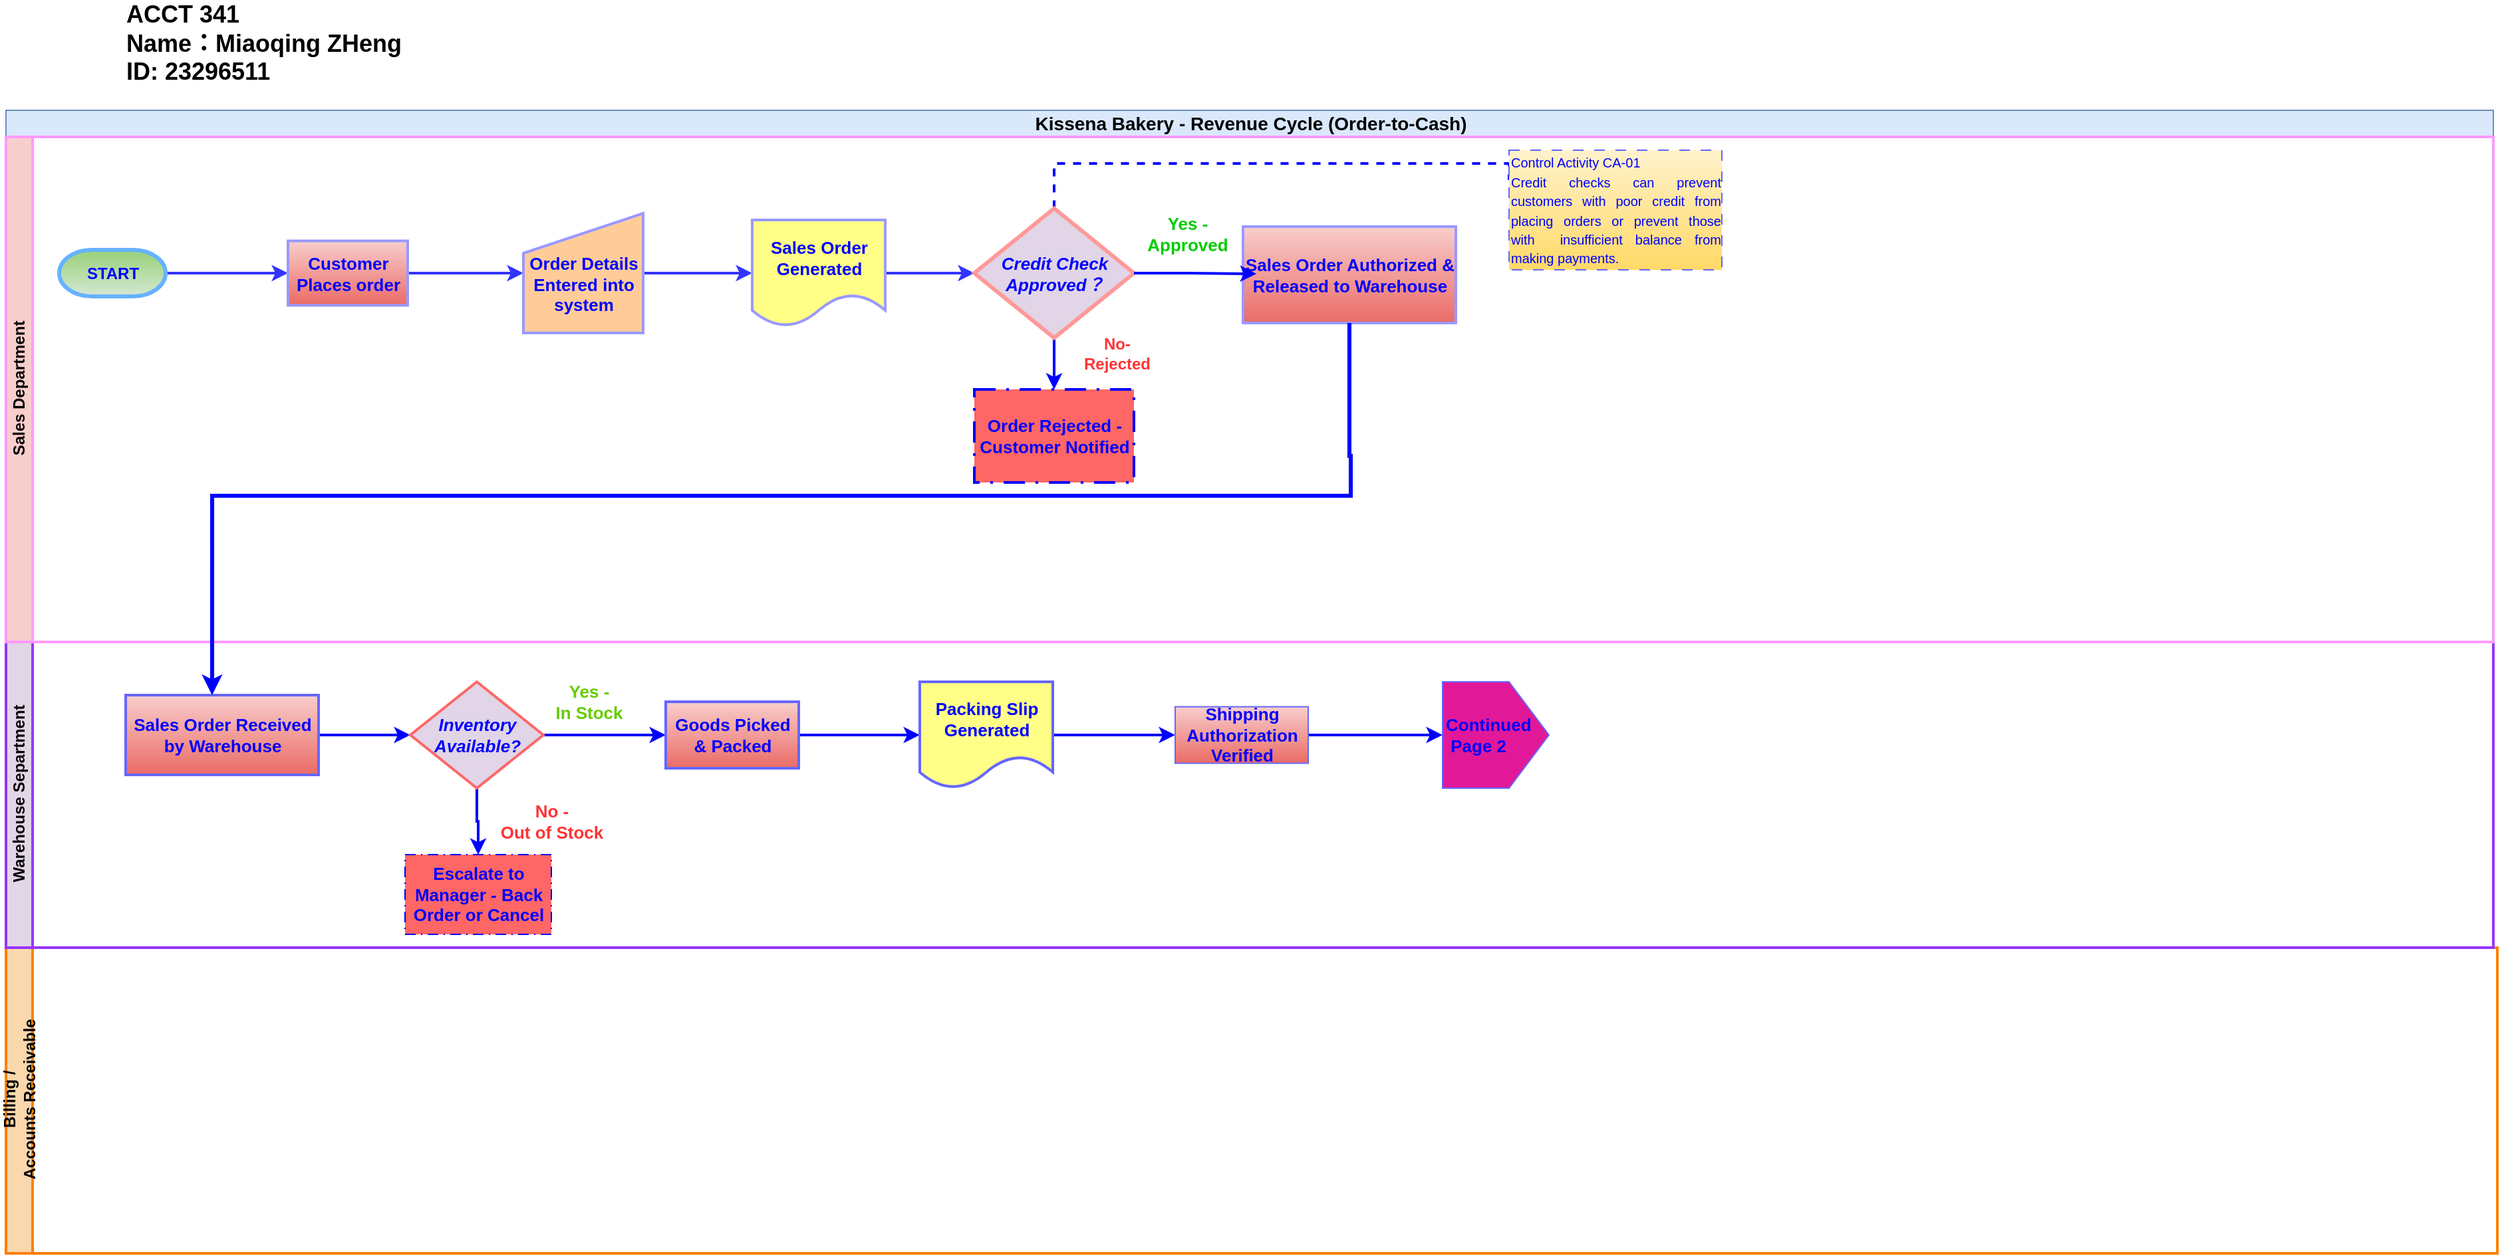
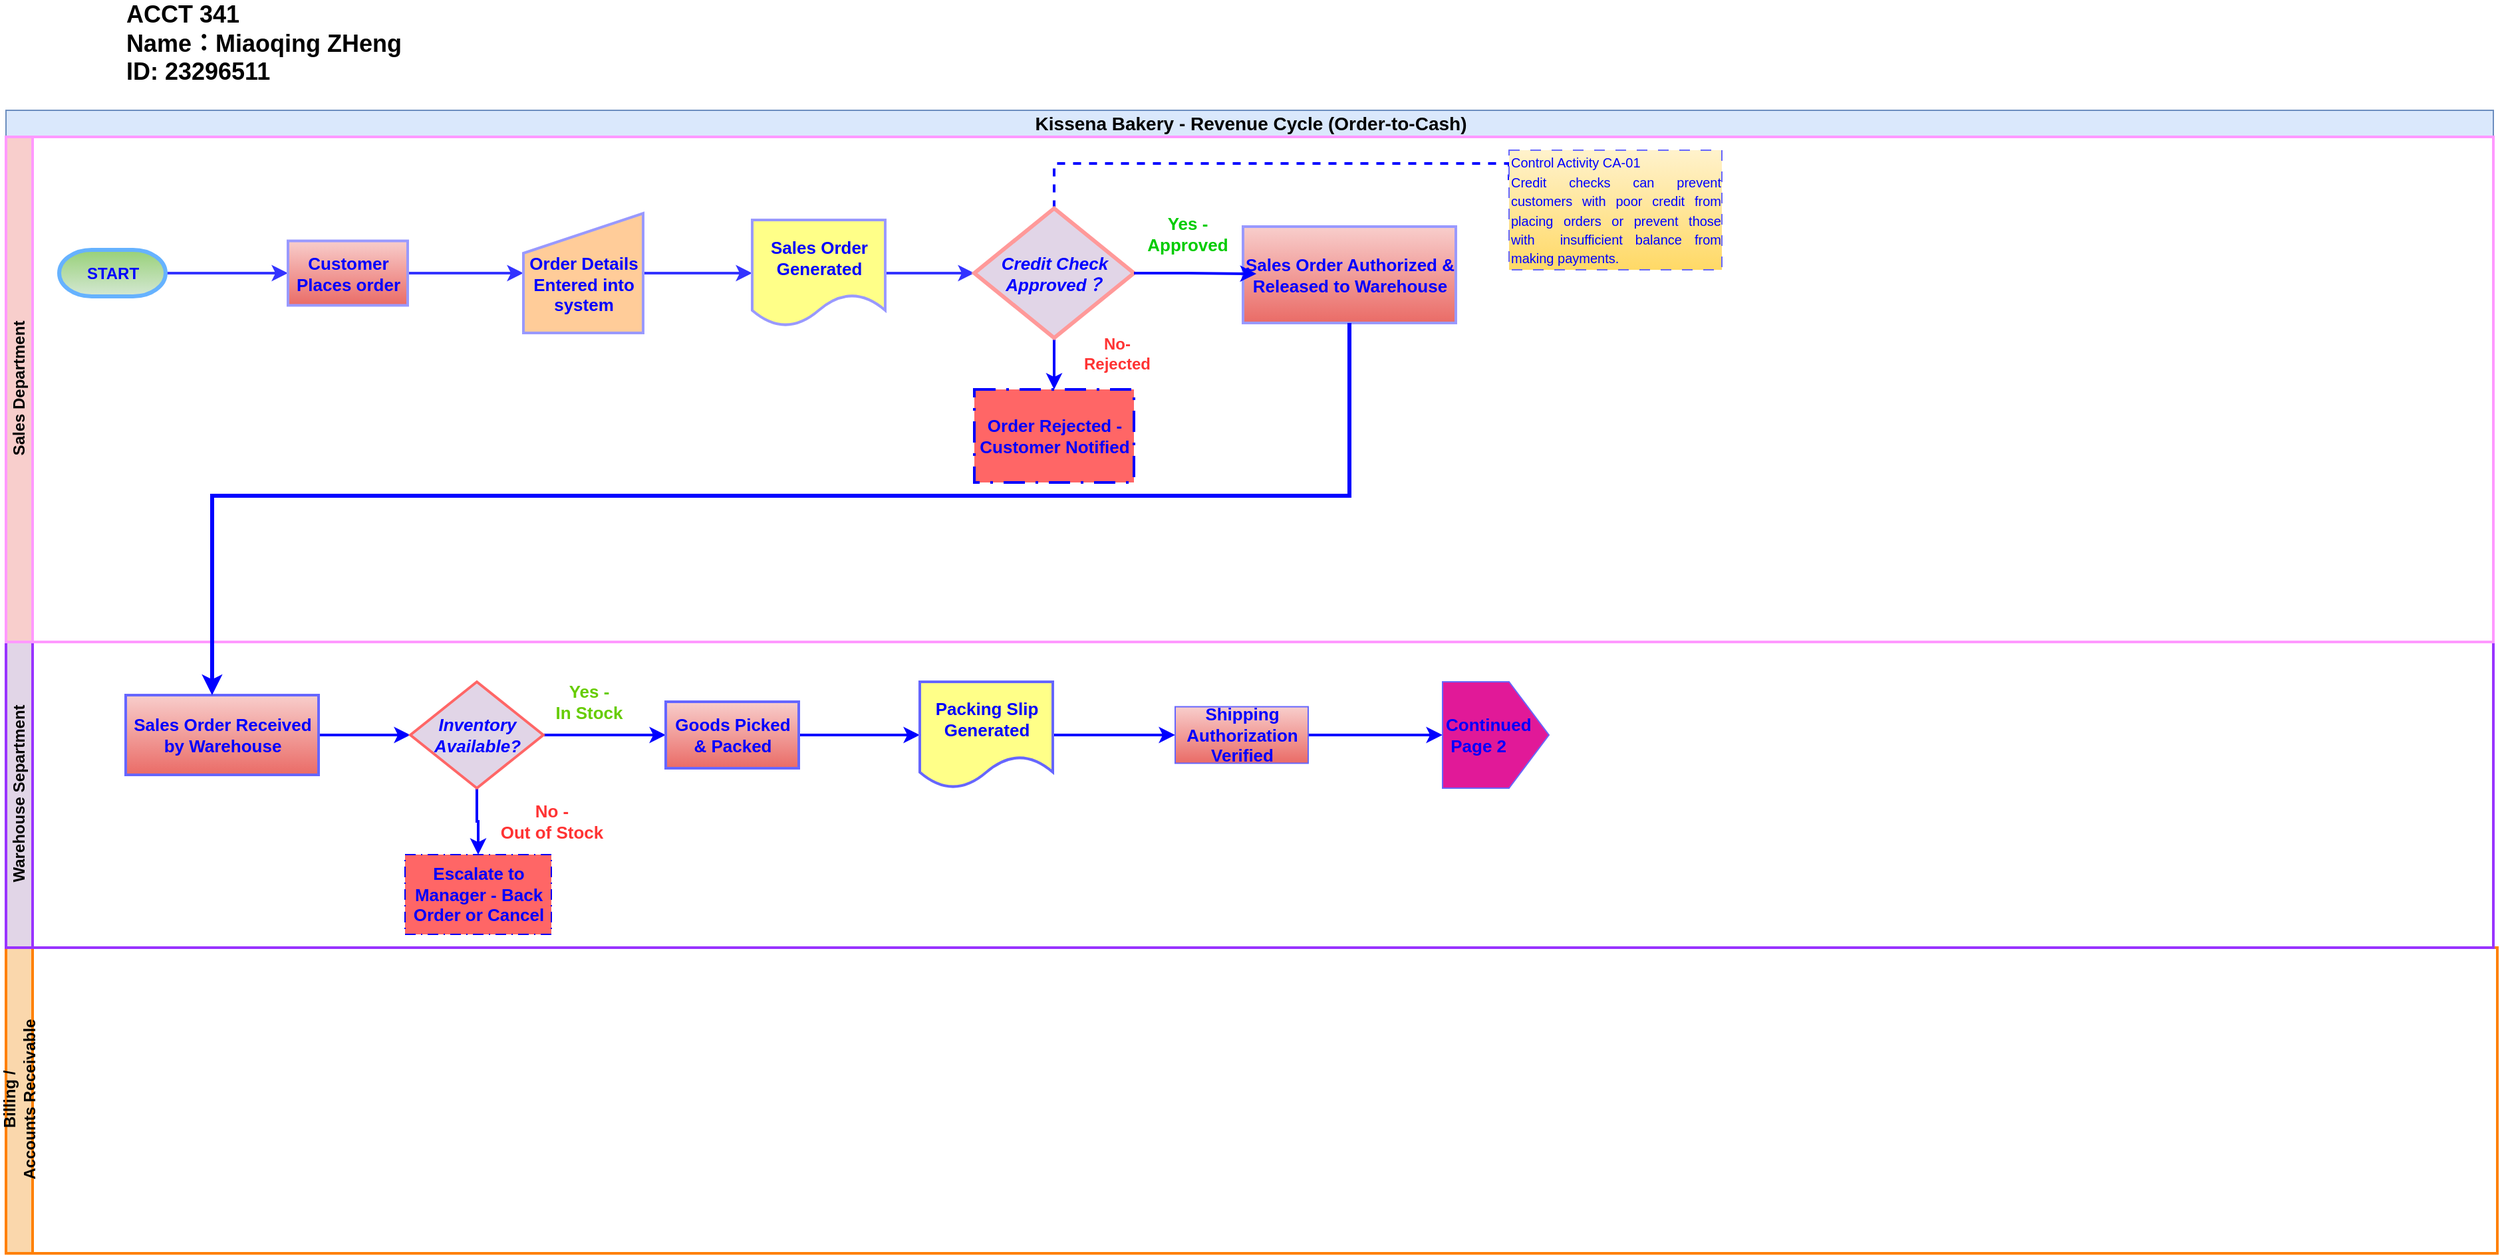
<mxfile host="app.diagrams.net" agent="Mozilla/5.0 (Windows NT 10.0; Win64; x64) AppleWebKit/537.36 (KHTML, like Gecko) Chrome/146.0.0.0 Safari/537.36" version="29.6.6" pages="2">
  <diagram name="Page-1" id="klMabU_GDppZGB9yFFRy">
-     <mxGraphModel dx="2755" dy="991" grid="1" gridSize="10" guides="1" tooltips="1" connect="1" arrows="1" fold="1" page="1" pageScale="1" pageWidth="1100" pageHeight="850" math="0" shadow="0">
+     <mxGraphModel dx="2066" dy="743" grid="1" gridSize="10" guides="1" tooltips="1" connect="1" arrows="1" fold="1" page="1" pageScale="1" pageWidth="1100" pageHeight="850" math="0" shadow="0">
      <root>
        <mxCell id="0" />
        <mxCell id="1" parent="0" />
        <mxCell id="0vQu63eh7_hz7IOFjZfk-1" parent="1" style="swimlane;childLayout=stackLayout;resizeParent=1;resizeParentMax=0;horizontal=1;startSize=20;horizontalStack=0;html=1;fillColor=#dae8fc;strokeColor=#6c8ebf;" value="&lt;div style=&quot;text-align: start;&quot;&gt;&lt;font style=&quot;font-size: 14px;&quot;&gt;Kissena Bakery - Revenue Cycle (Order-to-Cash)&lt;/font&gt;&lt;/div&gt;" vertex="1">
          <mxGeometry height="20" width="1870" x="81.5" y="130" as="geometry" />
        </mxCell>
        <mxCell id="0vQu63eh7_hz7IOFjZfk-4" parent="1" style="swimlane;startSize=20;horizontal=0;html=1;fillColor=#fad7ac;strokeColor=#FF8000;strokeWidth=2;" value="Billing /&lt;br&gt;Accounts Receivable" vertex="1">
          <mxGeometry height="230" width="1873" x="81.5" y="760" as="geometry">
            <mxRectangle height="30" width="500" y="310" as="alternateBounds" />
          </mxGeometry>
        </mxCell>
        <mxCell id="0YdZOAwKbOOHbmaocjk8-1" parent="1" style="text;html=1;whiteSpace=wrap;strokeColor=none;fillColor=none;align=left;verticalAlign=middle;rounded=0;fontSize=18;fontStyle=1" value="&lt;div&gt;ACCT 341&lt;/div&gt;Name：Miaoqing ZHeng&lt;div&gt;ID: 23296511&lt;/div&gt;" vertex="1">
          <mxGeometry height="60" width="329" x="170" y="50" as="geometry" />
        </mxCell>
        <mxCell id="0vQu63eh7_hz7IOFjZfk-3" parent="1" style="swimlane;startSize=20;horizontal=0;html=1;fillColor=#e1d5e7;strokeColor=#9933FF;strokeWidth=2;" value="Warehouse Separtment" vertex="1">
          <mxGeometry height="230" width="1870" x="81.5" y="530" as="geometry" />
        </mxCell>
        <mxCell id="pGH0SQg9JUakCyH8bkGQ-32" edge="1" parent="0vQu63eh7_hz7IOFjZfk-3" source="0vQu63eh7_hz7IOFjZfk-73" style="edgeStyle=orthogonalEdgeStyle;rounded=0;orthogonalLoop=1;jettySize=auto;html=1;exitX=1;exitY=0.5;exitDx=0;exitDy=0;entryX=0;entryY=0.5;entryDx=0;entryDy=0;strokeColor=#0000FF;strokeWidth=2;" target="0vQu63eh7_hz7IOFjZfk-92">
          <mxGeometry relative="1" as="geometry" />
        </mxCell>
        <mxCell id="0vQu63eh7_hz7IOFjZfk-73" parent="0vQu63eh7_hz7IOFjZfk-3" style="html=1;dashed=0;whiteSpace=wrap;fillColor=#f8cecc;gradientColor=#ea6b66;strokeColor=#6666FF;strokeWidth=2;" value="&lt;font style=&quot;font-size: 13px; color: rgb(0, 0, 255);&quot;&gt;&lt;b&gt;Sales Order Received by Warehouse&lt;/b&gt;&lt;/font&gt;" vertex="1">
          <mxGeometry height="60" width="145" x="90" y="40" as="geometry" />
        </mxCell>
        <mxCell id="pGH0SQg9JUakCyH8bkGQ-31" edge="1" parent="0vQu63eh7_hz7IOFjZfk-3" source="0vQu63eh7_hz7IOFjZfk-92" style="edgeStyle=orthogonalEdgeStyle;rounded=0;orthogonalLoop=1;jettySize=auto;html=1;exitX=1;exitY=0.5;exitDx=0;exitDy=0;entryX=0;entryY=0.5;entryDx=0;entryDy=0;strokeColor=#0000FF;strokeWidth=2;" target="0vQu63eh7_hz7IOFjZfk-106">
          <mxGeometry relative="1" as="geometry" />
        </mxCell>
        <mxCell id="pGH0SQg9JUakCyH8bkGQ-34" edge="1" parent="0vQu63eh7_hz7IOFjZfk-3" source="0vQu63eh7_hz7IOFjZfk-92" style="edgeStyle=orthogonalEdgeStyle;rounded=0;orthogonalLoop=1;jettySize=auto;html=1;exitX=0.5;exitY=1;exitDx=0;exitDy=0;entryX=0.5;entryY=0;entryDx=0;entryDy=0;strokeColor=#0000FF;strokeWidth=2;" target="0vQu63eh7_hz7IOFjZfk-96">
          <mxGeometry relative="1" as="geometry" />
        </mxCell>
        <mxCell id="0vQu63eh7_hz7IOFjZfk-92" parent="0vQu63eh7_hz7IOFjZfk-3" style="rhombus;whiteSpace=wrap;html=1;fillColor=#e1d5e7;strokeColor=light-dark(#FF6666,#FF3333);strokeWidth=2;" value="&lt;font style=&quot;font-size: 13px; color: rgb(0, 0, 255);&quot;&gt;&lt;b&gt;&lt;i&gt;Inventory Available?&lt;/i&gt;&lt;/b&gt;&lt;/font&gt;" vertex="1">
          <mxGeometry height="80" width="100" x="304" y="30" as="geometry" />
        </mxCell>
        <mxCell id="0vQu63eh7_hz7IOFjZfk-96" parent="0vQu63eh7_hz7IOFjZfk-3" style="html=1;dashed=1;whiteSpace=wrap;fillColor=#FF6666;strokeColor=#0000FF;fontColor=#ffffff;dashPattern=8 4 1 4;" value="&lt;b&gt;&lt;font style=&quot;font-size: 13px; color: rgb(0, 0, 255);&quot;&gt;Escalate to Manager - Back Order or Cancel&lt;/font&gt;&lt;/b&gt;" vertex="1">
          <mxGeometry height="60" width="110" x="300" y="160" as="geometry" />
        </mxCell>
        <mxCell id="46-Umk2mzS9Czotzx1H9-6" edge="1" parent="0vQu63eh7_hz7IOFjZfk-3" source="0vQu63eh7_hz7IOFjZfk-106" style="edgeStyle=orthogonalEdgeStyle;rounded=0;orthogonalLoop=1;jettySize=auto;html=1;exitX=1;exitY=0.5;exitDx=0;exitDy=0;entryX=0;entryY=0.5;entryDx=0;entryDy=0;strokeColor=#0000FF;strokeWidth=2;" target="0vQu63eh7_hz7IOFjZfk-110">
          <mxGeometry relative="1" as="geometry" />
        </mxCell>
        <mxCell id="0vQu63eh7_hz7IOFjZfk-106" parent="0vQu63eh7_hz7IOFjZfk-3" style="html=1;dashed=0;whiteSpace=wrap;strokeWidth=2;fillColor=#f8cecc;gradientColor=#ea6b66;strokeColor=#6666FF;" value="&lt;font style=&quot;font-size: 13px; color: rgb(0, 0, 255);&quot;&gt;&lt;b&gt;Goods Picked &amp;amp; Packed&lt;/b&gt;&lt;/font&gt;" vertex="1">
          <mxGeometry height="50" width="100" x="496" y="45" as="geometry" />
        </mxCell>
        <mxCell id="46-Umk2mzS9Czotzx1H9-8" edge="1" parent="0vQu63eh7_hz7IOFjZfk-3" source="0vQu63eh7_hz7IOFjZfk-110" style="edgeStyle=orthogonalEdgeStyle;rounded=0;orthogonalLoop=1;jettySize=auto;html=1;exitX=1;exitY=0.5;exitDx=0;exitDy=0;entryX=0;entryY=0.5;entryDx=0;entryDy=0;strokeColor=#0000FF;strokeWidth=2;" target="0vQu63eh7_hz7IOFjZfk-112">
          <mxGeometry relative="1" as="geometry" />
        </mxCell>
        <mxCell id="0vQu63eh7_hz7IOFjZfk-110" parent="0vQu63eh7_hz7IOFjZfk-3" style="shape=document;whiteSpace=wrap;html=1;boundedLbl=1;strokeWidth=2;fillColor=#ffff88;strokeColor=#6666FF;" value="&lt;font style=&quot;font-size: 13px; color: rgb(0, 0, 255);&quot;&gt;&lt;b&gt;Packing Slip Generated&lt;/b&gt;&lt;/font&gt;" vertex="1">
          <mxGeometry height="80" width="100" x="687" y="30" as="geometry" />
        </mxCell>
        <mxCell id="G1smnQENkRiUrPdJOTDi-2" edge="1" parent="0vQu63eh7_hz7IOFjZfk-3" source="0vQu63eh7_hz7IOFjZfk-112" style="edgeStyle=orthogonalEdgeStyle;rounded=0;orthogonalLoop=1;jettySize=auto;html=1;exitX=1;exitY=0.5;exitDx=0;exitDy=0;entryX=0.5;entryY=0;entryDx=0;entryDy=0;strokeColor=#0000FF;strokeWidth=2;" target="G1smnQENkRiUrPdJOTDi-1">
          <mxGeometry relative="1" as="geometry" />
        </mxCell>
        <mxCell id="0vQu63eh7_hz7IOFjZfk-112" parent="0vQu63eh7_hz7IOFjZfk-3" style="html=1;dashed=0;whiteSpace=wrap;strokeColor=#6666FF;fillColor=#f8cecc;gradientColor=#ea6b66;fontStyle=1" value="&lt;font style=&quot;font-size: 13px; color: rgb(0, 0, 255);&quot;&gt;Shipping Authorization Verified&lt;/font&gt;" vertex="1">
          <mxGeometry height="42.5" width="100" x="879" y="48.75" as="geometry" />
        </mxCell>
        <mxCell id="0vQu63eh7_hz7IOFjZfk-98" parent="0vQu63eh7_hz7IOFjZfk-3" style="text;html=1;whiteSpace=wrap;strokeColor=none;fillColor=none;align=center;verticalAlign=middle;rounded=0;fontColor=#FF3333;" value="&lt;font style=&quot;font-size: 13px;&quot;&gt;&lt;b&gt;No - &lt;br&gt;Out of Stock&lt;/b&gt;&lt;/font&gt;" vertex="1">
          <mxGeometry height="30" width="80" x="370" y="120" as="geometry" />
        </mxCell>
        <mxCell id="G1smnQENkRiUrPdJOTDi-1" parent="0vQu63eh7_hz7IOFjZfk-3" style="shape=offPageConnector;whiteSpace=wrap;html=1;direction=north;strokeColor=#6666FF;fillColor=#E11998;align=left;" value="&lt;b style=&quot;color: rgb(0, 0, 255); font-size: 13px; text-wrap-mode: nowrap;&quot;&gt;Continued&lt;br&gt;&amp;nbsp;Page 2&lt;/b&gt;" vertex="1">
          <mxGeometry height="80" width="80" x="1080" y="30" as="geometry" />
        </mxCell>
        <mxCell id="0vQu63eh7_hz7IOFjZfk-2" parent="0vQu63eh7_hz7IOFjZfk-3" style="swimlane;startSize=20;horizontal=0;html=1;fillColor=#f8cecc;strokeColor=#FF99FF;strokeWidth=2;" value="Sales Department" vertex="1">
          <mxGeometry height="380" width="1870" y="-380" as="geometry">
            <mxRectangle height="30" width="610" y="20" as="alternateBounds" />
          </mxGeometry>
        </mxCell>
        <mxCell id="0vQu63eh7_hz7IOFjZfk-43" edge="1" parent="0vQu63eh7_hz7IOFjZfk-2" source="0vQu63eh7_hz7IOFjZfk-10" style="edgeStyle=orthogonalEdgeStyle;rounded=0;orthogonalLoop=1;jettySize=auto;html=1;exitX=0;exitY=0.5;exitDx=0;exitDy=0;exitPerimeter=0;entryX=0;entryY=0.5;entryDx=0;entryDy=0;strokeColor=#3333FF;strokeWidth=2;" target="0vQu63eh7_hz7IOFjZfk-15">
          <mxGeometry relative="1" as="geometry" />
        </mxCell>
        <mxCell id="0vQu63eh7_hz7IOFjZfk-10" parent="0vQu63eh7_hz7IOFjZfk-2" style="strokeWidth=3;html=1;shape=mxgraph.flowchart.terminator;whiteSpace=wrap;direction=west;fillColor=#d5e8d4;gradientColor=#97d077;strokeColor=#66B2FF;" value="&lt;b&gt;&lt;font style=&quot;color: rgb(0, 0, 255);&quot;&gt;START&lt;/font&gt;&lt;/b&gt;" vertex="1">
          <mxGeometry height="35" width="80" x="40" y="85" as="geometry" />
        </mxCell>
        <mxCell id="46-Umk2mzS9Czotzx1H9-2" edge="1" parent="0vQu63eh7_hz7IOFjZfk-2" source="0vQu63eh7_hz7IOFjZfk-15" style="edgeStyle=orthogonalEdgeStyle;rounded=0;orthogonalLoop=1;jettySize=auto;html=1;exitX=1;exitY=0.5;exitDx=0;exitDy=0;entryX=0;entryY=0.5;entryDx=0;entryDy=0;strokeColor=#3333FF;strokeWidth=2;" target="0vQu63eh7_hz7IOFjZfk-20">
          <mxGeometry relative="1" as="geometry" />
        </mxCell>
        <mxCell id="0vQu63eh7_hz7IOFjZfk-15" parent="0vQu63eh7_hz7IOFjZfk-2" style="html=1;dashed=0;whiteSpace=wrap;strokeWidth=2;fillColor=#f8cecc;strokeColor=#9999FF;gradientColor=#ea6b66;" value="&lt;font style=&quot;font-size: 13px; color: rgb(0, 0, 255);&quot;&gt;&lt;b style=&quot;&quot;&gt;Customer Places order&lt;/b&gt;&lt;/font&gt;" vertex="1">
          <mxGeometry height="48.5" width="90" x="212" y="78.25" as="geometry" />
        </mxCell>
        <mxCell id="46-Umk2mzS9Czotzx1H9-3" edge="1" parent="0vQu63eh7_hz7IOFjZfk-2" source="0vQu63eh7_hz7IOFjZfk-20" style="edgeStyle=orthogonalEdgeStyle;rounded=0;orthogonalLoop=1;jettySize=auto;html=1;exitX=1;exitY=0.5;exitDx=0;exitDy=0;entryX=0;entryY=0.5;entryDx=0;entryDy=0;strokeColor=#3333FF;strokeWidth=2;" target="0vQu63eh7_hz7IOFjZfk-30">
          <mxGeometry relative="1" as="geometry" />
        </mxCell>
        <mxCell id="0vQu63eh7_hz7IOFjZfk-20" parent="0vQu63eh7_hz7IOFjZfk-2" style="shape=manualInput;whiteSpace=wrap;html=1;align=center;fillColor=#ffcc99;strokeColor=#9999FF;strokeWidth=2;" value="&lt;div style=&quot;&quot;&gt;&lt;span style=&quot;background-color: transparent;&quot;&gt;&lt;b style=&quot;&quot;&gt;&lt;font style=&quot;font-size: 13px; color: rgb(0, 0, 255);&quot;&gt;&lt;br&gt;&lt;/font&gt;&lt;/b&gt;&lt;/span&gt;&lt;/div&gt;&lt;div style=&quot;&quot;&gt;&lt;span style=&quot;background-color: transparent;&quot;&gt;&lt;b style=&quot;&quot;&gt;&lt;font style=&quot;font-size: 13px; color: rgb(0, 0, 255);&quot;&gt;Order Details Entered into system&lt;/font&gt;&lt;/b&gt;&lt;/span&gt;&lt;/div&gt;" vertex="1">
          <mxGeometry height="90" width="90" x="389" y="57.5" as="geometry" />
        </mxCell>
        <mxCell id="0vQu63eh7_hz7IOFjZfk-35" edge="1" parent="0vQu63eh7_hz7IOFjZfk-2" style="edgeStyle=orthogonalEdgeStyle;rounded=0;orthogonalLoop=1;jettySize=auto;html=1;exitX=0;exitY=0.5;exitDx=0;exitDy=0;">
          <mxGeometry relative="1" as="geometry">
            <mxPoint x="410" y="105" as="sourcePoint" />
            <mxPoint x="410" y="105" as="targetPoint" />
          </mxGeometry>
        </mxCell>
        <mxCell id="46-Umk2mzS9Czotzx1H9-4" edge="1" parent="0vQu63eh7_hz7IOFjZfk-2" source="0vQu63eh7_hz7IOFjZfk-30" style="edgeStyle=orthogonalEdgeStyle;rounded=0;orthogonalLoop=1;jettySize=auto;html=1;exitX=1;exitY=0.5;exitDx=0;exitDy=0;entryX=0;entryY=0.5;entryDx=0;entryDy=0;strokeColor=#3333FF;strokeWidth=2;" target="0vQu63eh7_hz7IOFjZfk-34">
          <mxGeometry relative="1" as="geometry" />
        </mxCell>
        <mxCell id="0vQu63eh7_hz7IOFjZfk-30" parent="0vQu63eh7_hz7IOFjZfk-2" style="shape=document;whiteSpace=wrap;html=1;boundedLbl=1;strokeWidth=2;fillColor=#ffff88;strokeColor=#9999FF;" value="&lt;font style=&quot;font-size: 13px; color: rgb(0, 0, 255);&quot;&gt;&lt;b&gt;Sales Order Generated&lt;/b&gt;&lt;/font&gt;" vertex="1">
          <mxGeometry height="80" width="100" x="561" y="62.5" as="geometry" />
        </mxCell>
        <mxCell id="pGH0SQg9JUakCyH8bkGQ-28" edge="1" parent="0vQu63eh7_hz7IOFjZfk-2" source="0vQu63eh7_hz7IOFjZfk-34" style="edgeStyle=orthogonalEdgeStyle;rounded=0;orthogonalLoop=1;jettySize=auto;html=1;exitX=0.5;exitY=0;exitDx=0;exitDy=0;entryX=0;entryY=0.25;entryDx=0;entryDy=0;endArrow=none;endFill=0;dashed=1;strokeWidth=2;strokeColor=#0000FF;" target="pGH0SQg9JUakCyH8bkGQ-23">
          <mxGeometry relative="1" as="geometry">
            <Array as="points">
              <mxPoint x="788" y="20" />
              <mxPoint x="1130" y="20" />
            </Array>
          </mxGeometry>
        </mxCell>
        <mxCell id="DywWvH4VDf4e1SjyT3sU-2" edge="1" parent="0vQu63eh7_hz7IOFjZfk-2" source="0vQu63eh7_hz7IOFjZfk-34" style="edgeStyle=orthogonalEdgeStyle;rounded=0;orthogonalLoop=1;jettySize=auto;html=1;exitX=0.5;exitY=1;exitDx=0;exitDy=0;entryX=0.5;entryY=0;entryDx=0;entryDy=0;strokeColor=#0000FF;strokeWidth=2;" target="0vQu63eh7_hz7IOFjZfk-65">
          <mxGeometry relative="1" as="geometry" />
        </mxCell>
        <mxCell id="0vQu63eh7_hz7IOFjZfk-34" parent="0vQu63eh7_hz7IOFjZfk-2" style="rhombus;whiteSpace=wrap;html=1;fillColor=#e1d5e7;strokeColor=#FF9999;strokeWidth=3;" value="&lt;font style=&quot;font-size: 13px; color: rgb(0, 0, 255);&quot;&gt;&lt;b&gt;&lt;i&gt;Credit Check Approved？&lt;/i&gt;&lt;/b&gt;&lt;/font&gt;" vertex="1">
          <mxGeometry height="97.5" width="120" x="728" y="53.75" as="geometry" />
        </mxCell>
        <mxCell id="0vQu63eh7_hz7IOFjZfk-60" parent="0vQu63eh7_hz7IOFjZfk-2" style="text;html=1;whiteSpace=wrap;strokeColor=none;fillColor=none;align=center;verticalAlign=middle;rounded=0;fontColor=#00CC00;" value="&lt;font style=&quot;font-size: 13px;&quot;&gt;&lt;b style=&quot;&quot;&gt;Yes - Approved&lt;/b&gt;&lt;/font&gt;" vertex="1">
          <mxGeometry height="30" width="80" x="848" y="57.5" as="geometry" />
        </mxCell>
        <mxCell id="0vQu63eh7_hz7IOFjZfk-65" parent="0vQu63eh7_hz7IOFjZfk-2" style="html=1;dashed=1;whiteSpace=wrap;strokeWidth=2;fillColor=light-dark(#FF6666,#FF3333);strokeColor=#0000FF;fontColor=#ffffff;fontStyle=1;dashPattern=8 4 1 4;" value="&lt;font style=&quot;font-size: 13px; color: rgb(0, 0, 255);&quot;&gt;Order Rejected - Customer Notified&lt;/font&gt;" vertex="1">
          <mxGeometry height="70" width="120" x="728" y="190" as="geometry" />
        </mxCell>
        <mxCell id="0vQu63eh7_hz7IOFjZfk-67" parent="0vQu63eh7_hz7IOFjZfk-2" style="html=1;dashed=0;whiteSpace=wrap;fillColor=#f8cecc;gradientColor=#ea6b66;strokeColor=#9999FF;strokeWidth=2;" value="&lt;font style=&quot;font-size: 13px; color: rgb(0, 0, 255);&quot;&gt;&lt;b&gt;Sales Order Authorized &amp;amp; Released to Warehouse&lt;/b&gt;&lt;/font&gt;" vertex="1">
          <mxGeometry height="72.5" width="160" x="930" y="67.5" as="geometry" />
        </mxCell>
        <mxCell id="pGH0SQg9JUakCyH8bkGQ-23" parent="0vQu63eh7_hz7IOFjZfk-2" style="html=1;dashed=1;whiteSpace=wrap;dashPattern=8 8;fillColor=#fff2cc;gradientColor=#ffd966;strokeColor=light-dark(#6666FF,#6D5100);strokeWidth=1;" value="&lt;div style=&quot;text-align: justify;&quot;&gt;&lt;span style=&quot;font-size: 10px; background-color: transparent;&quot;&gt;&lt;font style=&quot;color: rgb(0, 0, 255);&quot;&gt;Control Activity&amp;nbsp;CA-01&lt;/font&gt;&lt;/span&gt;&lt;/div&gt;&lt;font style=&quot;color: rgb(0, 0, 255);&quot;&gt;&lt;div style=&quot;text-align: justify;&quot;&gt;&lt;span style=&quot;font-size: 10px; background-color: transparent;&quot;&gt;Credit checks can prevent customers with poor credit from placing orders or prevent those with&amp;nbsp; insufficient balance from making payments.&lt;/span&gt;&lt;/div&gt;&lt;/font&gt;" vertex="1">
          <mxGeometry height="90" width="160" x="1130" y="10" as="geometry" />
        </mxCell>
        <mxCell id="DywWvH4VDf4e1SjyT3sU-3" parent="0vQu63eh7_hz7IOFjZfk-2" style="text;html=1;whiteSpace=wrap;strokeColor=none;fillColor=none;align=center;verticalAlign=middle;rounded=0;fontSize=12;fontStyle=1;fontColor=#FF3333;" value="&lt;span&gt;&lt;font style=&quot;&quot;&gt;No-Rejected&lt;/font&gt;&lt;/span&gt;" vertex="1">
          <mxGeometry height="30" width="70" x="800" y="147.5" as="geometry" />
        </mxCell>
        <mxCell id="G1smnQENkRiUrPdJOTDi-3" edge="1" parent="0vQu63eh7_hz7IOFjZfk-2" source="0vQu63eh7_hz7IOFjZfk-34" style="edgeStyle=orthogonalEdgeStyle;rounded=0;orthogonalLoop=1;jettySize=auto;html=1;exitX=1;exitY=0.5;exitDx=0;exitDy=0;entryX=0.063;entryY=0.49;entryDx=0;entryDy=0;entryPerimeter=0;strokeColor=#0000FF;strokeWidth=2;" target="0vQu63eh7_hz7IOFjZfk-67">
          <mxGeometry relative="1" as="geometry" />
        </mxCell>
        <mxCell id="0vQu63eh7_hz7IOFjZfk-86" edge="1" parent="0vQu63eh7_hz7IOFjZfk-3" source="0vQu63eh7_hz7IOFjZfk-67" style="edgeStyle=orthogonalEdgeStyle;rounded=0;orthogonalLoop=1;jettySize=auto;html=1;exitX=0.5;exitY=1;exitDx=0;exitDy=0;entryX=0.448;entryY=0;entryDx=0;entryDy=0;entryPerimeter=0;fontColor=#0000CC;strokeColor=#0000FF;strokeWidth=3;" target="0vQu63eh7_hz7IOFjZfk-73">
          <mxGeometry relative="1" as="geometry">
            <Array as="points">
-               <mxPoint x="1010" y="-140" />
-               <mxPoint x="1011" y="-110" />
+               <mxPoint x="1010" y="-110" />
              <mxPoint x="155" y="-110" />
            </Array>
          </mxGeometry>
        </mxCell>
        <mxCell id="46-Umk2mzS9Czotzx1H9-12" parent="0vQu63eh7_hz7IOFjZfk-3" style="text;html=1;whiteSpace=wrap;strokeColor=none;fillColor=none;align=center;verticalAlign=middle;rounded=0;" value="&lt;b style=&quot;color: rgb(102, 204, 0);&quot;&gt;&lt;font style=&quot;font-size: 13px;&quot;&gt;Yes -&lt;br&gt;In Stock&lt;/font&gt;&lt;/b&gt;" vertex="1">
          <mxGeometry height="30" width="80" x="398.5" y="30" as="geometry" />
        </mxCell>
      </root>
    </mxGraphModel>
  </diagram>
  <diagram id="ZDdy4ylPSpOC2Ge6VpiW" name="Page-2">
    <mxGraphModel dx="2066" dy="743" grid="1" gridSize="10" guides="1" tooltips="1" connect="1" arrows="1" fold="1" page="1" pageScale="1" pageWidth="1100" pageHeight="850" math="0" shadow="0">
      <root>
        <mxCell id="0" />
        <mxCell id="1" parent="0" />
        <mxCell id="_GW_QHAqRueJzuYdTQVs-1" parent="1" style="swimlane;startSize=20;horizontal=0;html=1;fillColor=#e1d5e7;strokeColor=#9933FF;strokeWidth=2;" value="Warehouse Separtment" vertex="1">
          <mxGeometry height="270" width="1330" x="110" y="150" as="geometry" />
        </mxCell>
        <mxCell id="JTW380UVqBL9k5zzlviH-1" parent="_GW_QHAqRueJzuYdTQVs-1" style="html=1;dashed=0;whiteSpace=wrap;fillColor=#f8cecc;gradientColor=#ea6b66;strokeColor=#6666FF;" value="&lt;font style=&quot;font-size: 13px; color: rgb(0, 0, 255);&quot;&gt;&lt;b&gt;Goods Dispatched to Customer&lt;/b&gt;&lt;/font&gt;" vertex="1">
          <mxGeometry height="50" width="100" x="220" y="75" as="geometry" />
        </mxCell>
        <mxCell id="Y0x97Svv89Kf0asxUhHi-3" edge="1" parent="_GW_QHAqRueJzuYdTQVs-1" source="Y0x97Svv89Kf0asxUhHi-1" style="edgeStyle=orthogonalEdgeStyle;rounded=0;orthogonalLoop=1;jettySize=auto;html=1;exitX=0.5;exitY=1;exitDx=0;exitDy=0;entryX=0;entryY=0.5;entryDx=0;entryDy=0;strokeWidth=2;strokeColor=#0000FF;" target="JTW380UVqBL9k5zzlviH-1">
          <mxGeometry relative="1" as="geometry" />
        </mxCell>
        <mxCell id="Y0x97Svv89Kf0asxUhHi-1" parent="_GW_QHAqRueJzuYdTQVs-1" style="shape=offPageConnector;whiteSpace=wrap;html=1;direction=north;strokeColor=#6666FF;fillColor=#E11998;align=left;" value="&lt;b style=&quot;color: rgb(0, 0, 255); font-size: 13px; text-wrap-mode: nowrap;&quot;&gt;Continued&lt;br&gt;&amp;nbsp;Page 2&lt;/b&gt;" vertex="1">
          <mxGeometry height="80" width="80" x="70" y="60" as="geometry" />
        </mxCell>
        <mxCell id="VSqCA1LAcqbEIX1a-AIG-1" parent="1" style="swimlane;startSize=20;horizontal=0;html=1;whiteSpace=wrap;fillColor=#ffcc99;strokeColor=#FF9933;strokeWidth=2;" value="&lt;span style=&quot;text-wrap-mode: nowrap;&quot;&gt;Billing /&lt;/span&gt;&lt;br style=&quot;text-wrap-mode: nowrap;&quot;&gt;&lt;span style=&quot;text-wrap-mode: nowrap;&quot;&gt;Accounts Receivable&lt;/span&gt;" vertex="1">
          <mxGeometry height="170" width="1330" x="110" y="420" as="geometry" />
        </mxCell>
        <mxCell id="KsxiR5SY5I83CpnIQ7mC-4" edge="1" parent="VSqCA1LAcqbEIX1a-AIG-1" source="2IOCe_ZcG10jMQKezpJ2-1" style="edgeStyle=orthogonalEdgeStyle;rounded=0;orthogonalLoop=1;jettySize=auto;html=1;exitX=1;exitY=0.5;exitDx=0;exitDy=0;entryX=0;entryY=0.5;entryDx=0;entryDy=0;strokeColor=#0000FF;strokeWidth=2;" target="2IOCe_ZcG10jMQKezpJ2-2">
          <mxGeometry relative="1" as="geometry" />
        </mxCell>
        <mxCell id="2IOCe_ZcG10jMQKezpJ2-1" parent="VSqCA1LAcqbEIX1a-AIG-1" style="html=1;dashed=0;whiteSpace=wrap;strokeWidth=2;fillColor=#f8cecc;gradientColor=#ea6b66;strokeColor=#6666FF;" value="&lt;b&gt;&lt;font style=&quot;font-size: 13px; color: rgb(0, 0, 255);&quot;&gt;Dispatch Confirmation Received&lt;/font&gt;&lt;/b&gt;" vertex="1">
          <mxGeometry height="50" width="100" x="50" y="50" as="geometry" />
        </mxCell>
        <mxCell id="KsxiR5SY5I83CpnIQ7mC-5" edge="1" parent="VSqCA1LAcqbEIX1a-AIG-1" source="2IOCe_ZcG10jMQKezpJ2-2" style="edgeStyle=orthogonalEdgeStyle;rounded=0;orthogonalLoop=1;jettySize=auto;html=1;exitX=1;exitY=0.5;exitDx=0;exitDy=0;entryX=0;entryY=0.5;entryDx=0;entryDy=0;strokeColor=#0000FF;strokeWidth=2;" target="dAGMuh-EUK1Y8pTE6-PC-2">
          <mxGeometry relative="1" as="geometry" />
        </mxCell>
        <mxCell id="2IOCe_ZcG10jMQKezpJ2-2" parent="VSqCA1LAcqbEIX1a-AIG-1" style="shape=document;whiteSpace=wrap;html=1;boundedLbl=1;fillColor=#ffff88;strokeColor=#6666FF;strokeWidth=2;" value="&lt;font style=&quot;font-size: 13px; color: rgb(0, 0, 255);&quot;&gt;&lt;b&gt;Invoice Generated &amp;amp; Sent to Customer&lt;/b&gt;&lt;/font&gt;" vertex="1">
          <mxGeometry height="80" width="120" x="229" y="35" as="geometry" />
        </mxCell>
        <mxCell id="KsxiR5SY5I83CpnIQ7mC-6" edge="1" parent="VSqCA1LAcqbEIX1a-AIG-1" source="dAGMuh-EUK1Y8pTE6-PC-2" style="edgeStyle=orthogonalEdgeStyle;rounded=0;orthogonalLoop=1;jettySize=auto;html=1;exitX=1;exitY=0.5;exitDx=0;exitDy=0;entryX=0;entryY=0.5;entryDx=0;entryDy=0;strokeColor=#0000FF;strokeWidth=2;" target="dAGMuh-EUK1Y8pTE6-PC-4">
          <mxGeometry relative="1" as="geometry" />
        </mxCell>
        <mxCell id="dAGMuh-EUK1Y8pTE6-PC-2" parent="VSqCA1LAcqbEIX1a-AIG-1" style="html=1;dashed=0;whiteSpace=wrap;strokeWidth=2;fillColor=#f8cecc;gradientColor=#ea6b66;strokeColor=#6666FF;" value="&lt;b&gt;&lt;font style=&quot;font-size: 13px; color: rgb(0, 0, 255);&quot;&gt;Payment Received from Customer&lt;/font&gt;&lt;/b&gt;" vertex="1">
          <mxGeometry height="50" width="110" x="423" y="50" as="geometry" />
        </mxCell>
        <mxCell id="KsxiR5SY5I83CpnIQ7mC-8" edge="1" parent="VSqCA1LAcqbEIX1a-AIG-1" source="dAGMuh-EUK1Y8pTE6-PC-4" style="edgeStyle=orthogonalEdgeStyle;rounded=0;orthogonalLoop=1;jettySize=auto;html=1;exitX=1;exitY=0.5;exitDx=0;exitDy=0;entryX=0;entryY=0.5;entryDx=0;entryDy=0;strokeColor=#0000FF;strokeWidth=2;" target="dAGMuh-EUK1Y8pTE6-PC-6">
          <mxGeometry relative="1" as="geometry" />
        </mxCell>
        <mxCell id="dAGMuh-EUK1Y8pTE6-PC-4" parent="VSqCA1LAcqbEIX1a-AIG-1" style="shape=document;whiteSpace=wrap;html=1;boundedLbl=1;fillColor=#ffff88;strokeColor=#6666FF;strokeWidth=2;" value="&lt;font style=&quot;font-size: 13px; color: rgb(0, 0, 255);&quot;&gt;&lt;b&gt;Remittance Advice Recorded&lt;/b&gt;&lt;/font&gt;" vertex="1">
          <mxGeometry height="75" width="110" x="611" y="37.5" as="geometry" />
        </mxCell>
        <mxCell id="dAGMuh-EUK1Y8pTE6-PC-6" parent="VSqCA1LAcqbEIX1a-AIG-1" style="html=1;dashed=0;whiteSpace=wrap;strokeWidth=2;fillColor=#f8cecc;gradientColor=#ea6b66;strokeColor=#6666FF;" value="&lt;b&gt;&lt;font style=&quot;font-size: 13px; color: rgb(0, 0, 255);&quot;&gt;Cash Posted to Accounts Receivable&lt;/font&gt;&lt;/b&gt;" vertex="1">
          <mxGeometry height="50" width="110" x="800" y="50" as="geometry" />
        </mxCell>
        <mxCell id="dAGMuh-EUK1Y8pTE6-PC-8" parent="VSqCA1LAcqbEIX1a-AIG-1" style="strokeWidth=2;html=1;shape=mxgraph.flowchart.terminator;whiteSpace=wrap;fillColor=#d5e8d4;gradientColor=#97d077;strokeColor=#66B2FF;" value="&lt;font style=&quot;font-size: 13px; color: rgb(0, 0, 255);&quot;&gt;&lt;b&gt;END&lt;/b&gt;&lt;/font&gt;" vertex="1">
          <mxGeometry height="45" width="90" x="980" y="50" as="geometry" />
        </mxCell>
        <mxCell id="uHHicwT-v_B4AunEQLIp-2" edge="1" parent="VSqCA1LAcqbEIX1a-AIG-1" source="dAGMuh-EUK1Y8pTE6-PC-6" style="edgeStyle=orthogonalEdgeStyle;rounded=0;orthogonalLoop=1;jettySize=auto;html=1;exitX=1;exitY=0.5;exitDx=0;exitDy=0;entryX=0.111;entryY=0.556;entryDx=0;entryDy=0;entryPerimeter=0;strokeWidth=2;strokeColor=#0000FF;" target="dAGMuh-EUK1Y8pTE6-PC-8">
          <mxGeometry relative="1" as="geometry" />
        </mxCell>
        <mxCell id="dAGMuh-EUK1Y8pTE6-PC-10" edge="1" parent="1" source="JTW380UVqBL9k5zzlviH-1" style="edgeStyle=orthogonalEdgeStyle;rounded=0;orthogonalLoop=1;jettySize=auto;html=1;exitX=0.5;exitY=1;exitDx=0;exitDy=0;entryX=0.5;entryY=0;entryDx=0;entryDy=0;strokeColor=#0000FF;strokeWidth=3;" target="2IOCe_ZcG10jMQKezpJ2-1">
          <mxGeometry relative="1" as="geometry" />
        </mxCell>
        <mxCell id="Vm9v1WHijWWdkQHgRR_g-1" parent="1" style="text;html=1;whiteSpace=wrap;strokeColor=none;fillColor=none;align=center;verticalAlign=middle;rounded=0;" value="&lt;div style=&quot;font-size: 18px; font-weight: 700; text-align: left;&quot;&gt;ACCT 341&lt;/div&gt;&lt;span style=&quot;font-size: 18px; font-weight: 700; text-align: left;&quot;&gt;Name：Miaoqing ZHeng&lt;/span&gt;&lt;div style=&quot;font-size: 18px; font-weight: 700; text-align: left;&quot;&gt;ID: 23296511&lt;/div&gt;" vertex="1">
          <mxGeometry height="30" width="220" x="140" y="60" as="geometry" />
        </mxCell>
      </root>
    </mxGraphModel>
  </diagram>
</mxfile>
